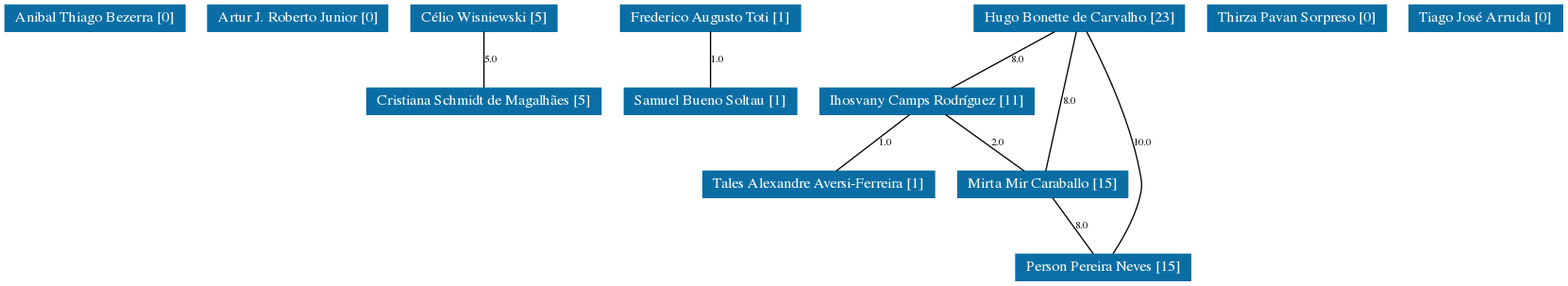
Before: df/grafoDeColaboracoesComPesos.png, a diagram exported from Graphviz (icamps/unifal-lattes.github.io). Its source is kept beside it as df/grafoDeColaboracoesComPesos.dot.
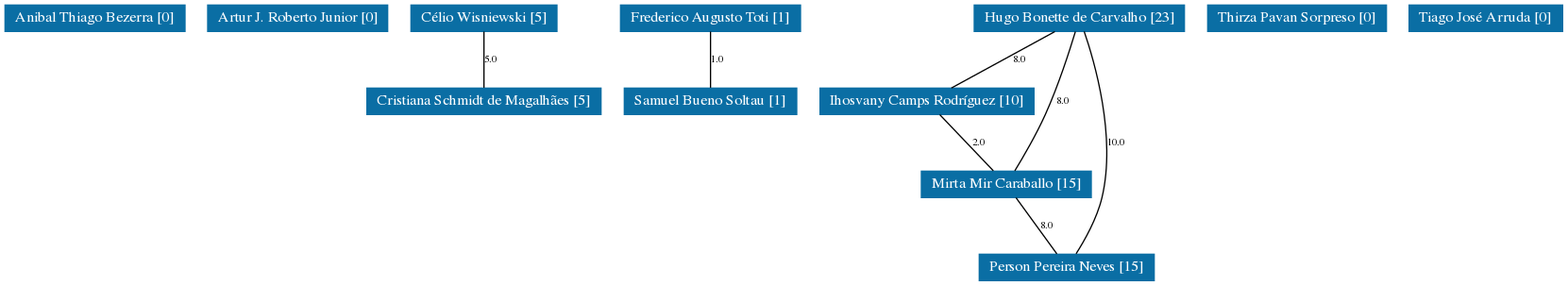
Later version of the same file.

Diff of the diagram source:
```diff
@@ -69,62 +69,51 @@
 		color="#0A6EA4",
 		fontcolor="#FFFFFF",
 		height=0.29167,
-		label="Ihosvany Camps Rodríguez [11]",
+		label="Ihosvany Camps Rodríguez [10]",
 		pos="732.5,142.5",
 		width=2.3611];
 	5 -- 6	 [fontsize=8,
 		label=8.0,
-		lp="804.5,175.5",
+		lp="805.5,175.5",
 		pos="834.06,197.9 811.48,185.58 774.45,165.38 751.89,153.08"];
 	7	 [URL="membro-6165304398755510.html",
 		color="#0A6EA4",
 		fontcolor="#FFFFFF",
 		height=0.29167,
 		label="Mirta Mir Caraballo [15]",
-		pos="824.5,76.5",
+		pos="795.5,76.5",
 		width=1.875];
 	5 -- 7	 [fontsize=8,
 		label=8.0,
-		lp="845.5,142.5",
-		pos="851.13,197.7 845.66,172.82 832.24,111.74 826.82,87.082"];
+		lp="840.5,142.5",
+		pos="850.38,197.88 845.84,182.91 836.82,154.85 826.5,132 819.23,115.91 808.94,98.251 802.24,87.272"];
 	8	 [URL="membro-2380268778692743.html",
 		color="#0A6EA4",
 		fontcolor="#FFFFFF",
 		height=0.29167,
 		label="Person Pereira Neves [15]",
-		pos="872.5,10.5",
+		pos="843.5,10.5",
 		width=1.9306];
 	5 -- 8	 [fontsize=8,
 		label=10.0,
-		lp="903.5,109.5",
-		pos="859.3,197.86 870.19,177.22 893.31,130 901.5,87 903.25,77.831 903.73,75.064 901.5,66 897.4,49.318 887.32,32.087 880.2,21.339"];
+		lp="882.5,109.5",
+		pos="857.36,197.99 865.56,174.2 883.05,114.52 871.5,66 867.55,49.412 857.81,32.158 850.93,21.38"];
 	6 -- 7	 [fontsize=8,
 		label=2.0,
-		lp="788.5,109.5",
-		pos="747.28,131.9 764.45,119.58 792.6,99.383 809.76,87.078"];
-	10	 [URL="membro-1101341437463729.html",
-		color="#0A6EA4",
-		fontcolor="#FFFFFF",
-		height=0.29167,
-		label="Tales Alexandre Aversi-Ferreira [1]",
-		pos="646.5,76.5",
-		width=2.5556];
-	6 -- 10	 [fontsize=8,
-		label=1.0,
-		lp="699.5,109.5",
-		pos="718.68,131.9 702.63,119.58 676.32,99.383 660.28,87.078"];
+		lp="773.5,109.5",
+		pos="742.62,131.9 754.31,119.65 773.43,99.622 785.19,87.297"];
 	7 -- 8	 [fontsize=8,
 		label=8.0,
-		lp="855.5,43.5",
-		pos="832.21,65.896 841.12,53.653 855.68,33.622 864.65,21.297"];
-	11	 [URL="membro-3940703666349048.html",
+		lp="827.5,43.5",
+		pos="803.21,65.896 812.12,53.653 826.68,33.622 835.65,21.297"];
+	10	 [URL="membro-3940703666349048.html",
 		color="#0A6EA4",
 		fontcolor="#FFFFFF",
 		height=0.29167,
 		label="Thirza Pavan Sorpreso [0]",
 		pos="1026.5,208.5",
 		width=1.9722];
-	12	 [URL="membro-2604391010090933.html",
+	11	 [URL="membro-2604391010090933.html",
 		color="#0A6EA4",
 		fontcolor="#FFFFFF",
 		height=0.29167,
```
